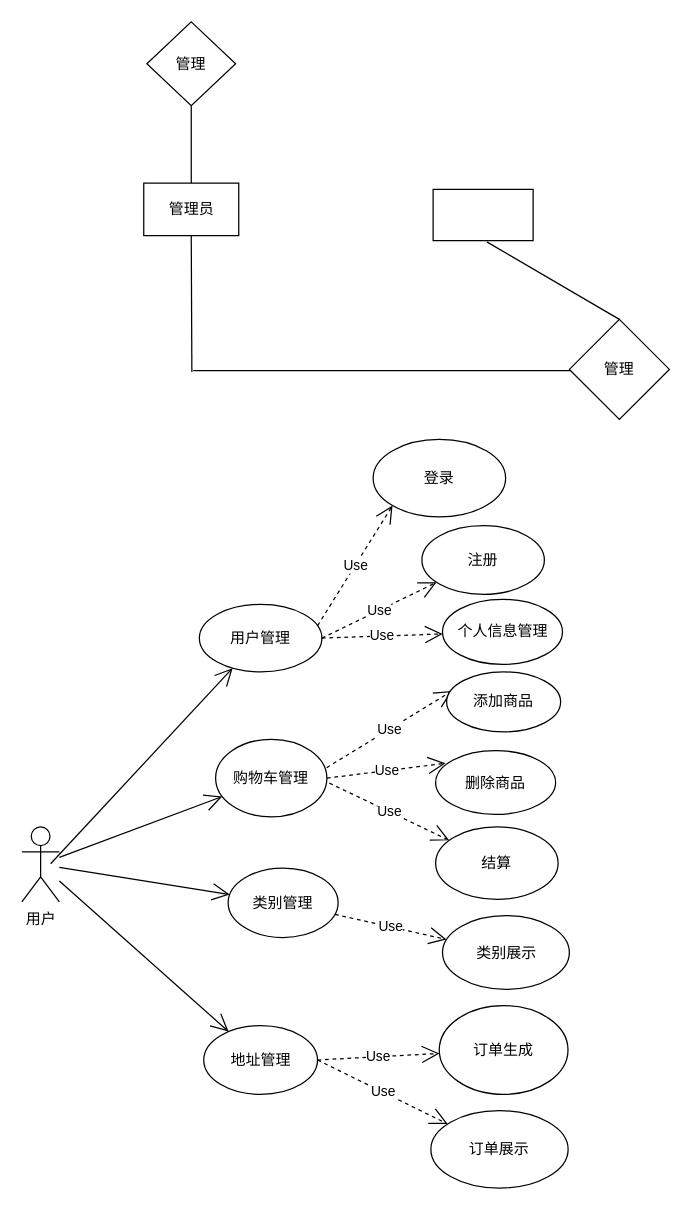
Earlier version of the draw.io diagram 未命名绘图.drawio (Usresmlhr/test). Source tidied: cells renumbered, new cells numbered last; positions are measured from the earlier drawing's top-left corner, leaving out a move shared by most shapes. Both pictures are drawn from the tidied source at 125%, with x=0, y=0 at pixel (21, 21).
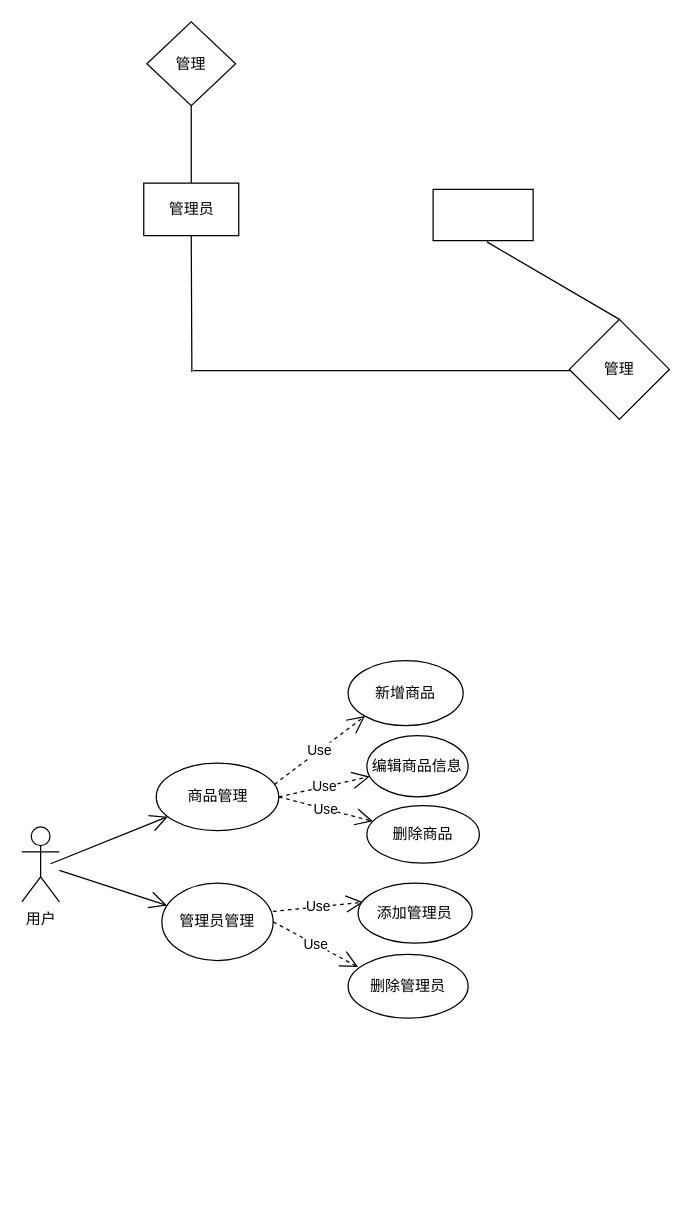
The same page after the edit.

Commit message:
更新未命名绘图.drawio

Unchanged cells that the change refers to:
```xml
<mxCell id="10" value="用户" style="shape=umlActor;verticalLabelPosition=bottom;verticalAlign=top;html=1;outlineConnect=0;" parent="1" vertex="1">
  <mxGeometry y="644" width="30" height="60" as="geometry" />
</mxCell>
```

Change to the diagram source:
```diff
@@
-    <mxCell id="12" value="用户管理" style="ellipse;whiteSpace=wrap;html=1;" parent="1" vertex="1">
-      <mxGeometry x="142" y="466" width="98" height="54" as="geometry" />
+    <mxCell id="12" value="商品管理" style="ellipse;whiteSpace=wrap;html=1;" parent="1" vertex="1">
+      <mxGeometry x="107.5" y="593" width="98" height="54" as="geometry" />
     </mxCell>
@@
-    <mxCell id="14" value="购物车管理" style="ellipse;whiteSpace=wrap;html=1;" parent="1" vertex="1">
-      <mxGeometry x="155" y="574" width="89" height="62" as="geometry" />
+    <mxCell id="14" value="管理员管理" style="ellipse;whiteSpace=wrap;html=1;" parent="1" vertex="1">
+      <mxGeometry x="112" y="689" width="89" height="62" as="geometry" />
     </mxCell>
-    <mxCell id="15" style="endArrow=open;endFill=1;endSize=12;html=1;rounded=0;" parent="1" edge="1" source="10" target="16">
-      <mxGeometry relative="1" as="geometry" />
-    </mxCell>
-    <mxCell id="16" value="类别管理" style="ellipse;whiteSpace=wrap;html=1;" parent="1" vertex="1">
-      <mxGeometry x="165" y="677" width="88" height="55.5" as="geometry" />
-    </mxCell>
-    <mxCell id="17" style="endArrow=open;endFill=1;endSize=12;html=1;rounded=0;" parent="1" edge="1" source="10" target="18">
-      <mxGeometry relative="1" as="geometry" />
-    </mxCell>
-    <mxCell id="18" value="地址管理" style="ellipse;whiteSpace=wrap;html=1;" parent="1" vertex="1">
-      <mxGeometry x="145.5" y="803" width="91" height="55" as="geometry" />
-    </mxCell>
@@
-    <mxCell id="20" value="登录" style="ellipse;whiteSpace=wrap;html=1;" parent="1" vertex="1">
-      <mxGeometry x="281" y="334" width="106" height="62" as="geometry" />
+    <mxCell id="20" value="新增商品" style="ellipse;whiteSpace=wrap;html=1;" parent="1" vertex="1">
+      <mxGeometry x="261" y="511" width="92" height="52" as="geometry" />
     </mxCell>
@@
-    <mxCell id="22" value="注册" style="ellipse;whiteSpace=wrap;html=1;" parent="1" vertex="1">
-      <mxGeometry x="320" y="403" width="98" height="55" as="geometry" />
+    <mxCell id="22" value="编辑商品信息" style="ellipse;whiteSpace=wrap;html=1;" parent="1" vertex="1">
+      <mxGeometry x="276" y="571" width="81" height="49" as="geometry" />
     </mxCell>
@@
-    <mxCell id="24" value="个人信息管理" style="ellipse;whiteSpace=wrap;html=1;" parent="1" vertex="1">
-      <mxGeometry x="336.5" y="462" width="96" height="52" as="geometry" />
+    <mxCell id="24" value="删除商品" style="ellipse;whiteSpace=wrap;html=1;" parent="1" vertex="1">
+      <mxGeometry x="276" y="627" width="90" height="46" as="geometry" />
     </mxCell>
@@
-    <mxCell id="26" value="添加商品" style="ellipse;whiteSpace=wrap;html=1;" parent="1" vertex="1">
-      <mxGeometry x="339.8" y="520" width="91.2" height="48" as="geometry" />
+    <mxCell id="26" value="添加管理员" style="ellipse;whiteSpace=wrap;html=1;" parent="1" vertex="1">
+      <mxGeometry x="269" y="689" width="91.2" height="48" as="geometry" />
     </mxCell>
@@
-    <mxCell id="28" value="删除商品" style="ellipse;whiteSpace=wrap;html=1;" parent="1" vertex="1">
-      <mxGeometry x="331" y="583" width="96" height="51" as="geometry" />
+    <mxCell id="28" value="删除管理员" style="ellipse;whiteSpace=wrap;html=1;" parent="1" vertex="1">
+      <mxGeometry x="261" y="746" width="96" height="51" as="geometry" />
     </mxCell>
-    <mxCell id="29" value="Use" style="endArrow=open;endSize=12;dashed=1;html=1;rounded=0;" parent="1" edge="1" target="30">
-      <mxGeometry relative="1" as="geometry">
-        <mxPoint x="246" y="609" as="sourcePoint" />
-      </mxGeometry>
-    </mxCell>
-    <mxCell id="30" value="结算" style="ellipse;whiteSpace=wrap;html=1;" parent="1" vertex="1">
-      <mxGeometry x="331" y="644" width="98" height="58" as="geometry" />
-    </mxCell>
-    <mxCell id="31" value="Use" style="endArrow=open;endSize=12;dashed=1;html=1;rounded=0;" parent="1" edge="1" source="16" target="32">
-      <mxGeometry relative="1" as="geometry" />
-    </mxCell>
-    <mxCell id="32" value="类别展示" style="ellipse;whiteSpace=wrap;html=1;" parent="1" vertex="1">
-      <mxGeometry x="336.5" y="715" width="101.5" height="59" as="geometry" />
-    </mxCell>
-    <mxCell id="33" value="Use" style="endArrow=open;endSize=12;dashed=1;html=1;rounded=0;exitX=1;exitY=0.5;exitDx=0;exitDy=0;" parent="1" edge="1" source="18" target="34">
-      <mxGeometry relative="1" as="geometry" />
-    </mxCell>
-    <mxCell id="34" value="订单生成" style="ellipse;whiteSpace=wrap;html=1;" parent="1" vertex="1">
-      <mxGeometry x="333.9" y="787" width="103" height="71" as="geometry" />
-    </mxCell>
-    <mxCell id="35" value="Use" style="endArrow=open;endSize=12;dashed=1;html=1;rounded=0;exitX=1;exitY=0.5;exitDx=0;exitDy=0;" parent="1" edge="1" source="18" target="36">
-      <mxGeometry relative="1" as="geometry" />
-    </mxCell>
-    <mxCell id="36" value="订单展示" style="ellipse;whiteSpace=wrap;html=1;" parent="1" vertex="1">
-      <mxGeometry x="327.2" y="871" width="109.8" height="62" as="geometry" />
-    </mxCell>
```
